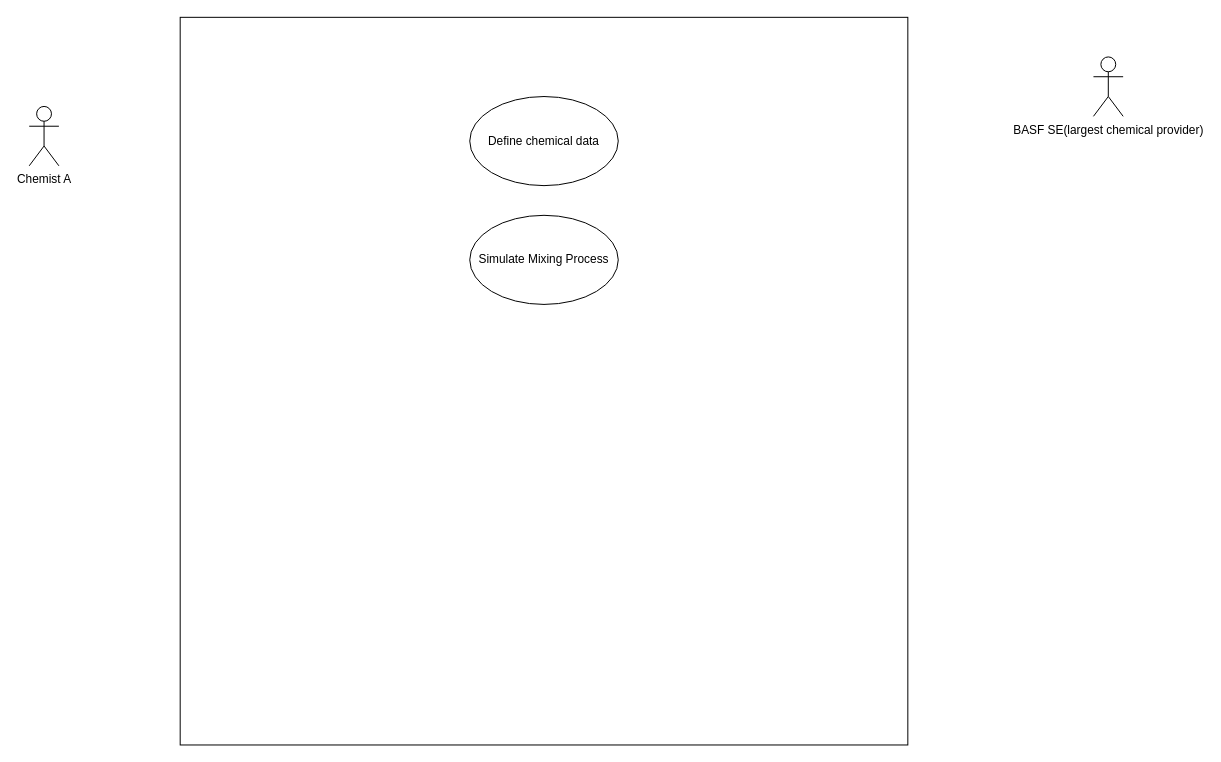
a-l-a-z-a-r/Chemical-Mixing-Data-Synthesis keeps this draw.io diagram as usecase.drawio. Above is the earlier version. Source tidied: cells renumbered, new cells numbered last; positions are measured from the earlier drawing's top-left corner, leaving out a move shared by most shapes. Both pictures are drawn from the tidied source at 99%, with x=0, y=0 at pixel (29, 17).
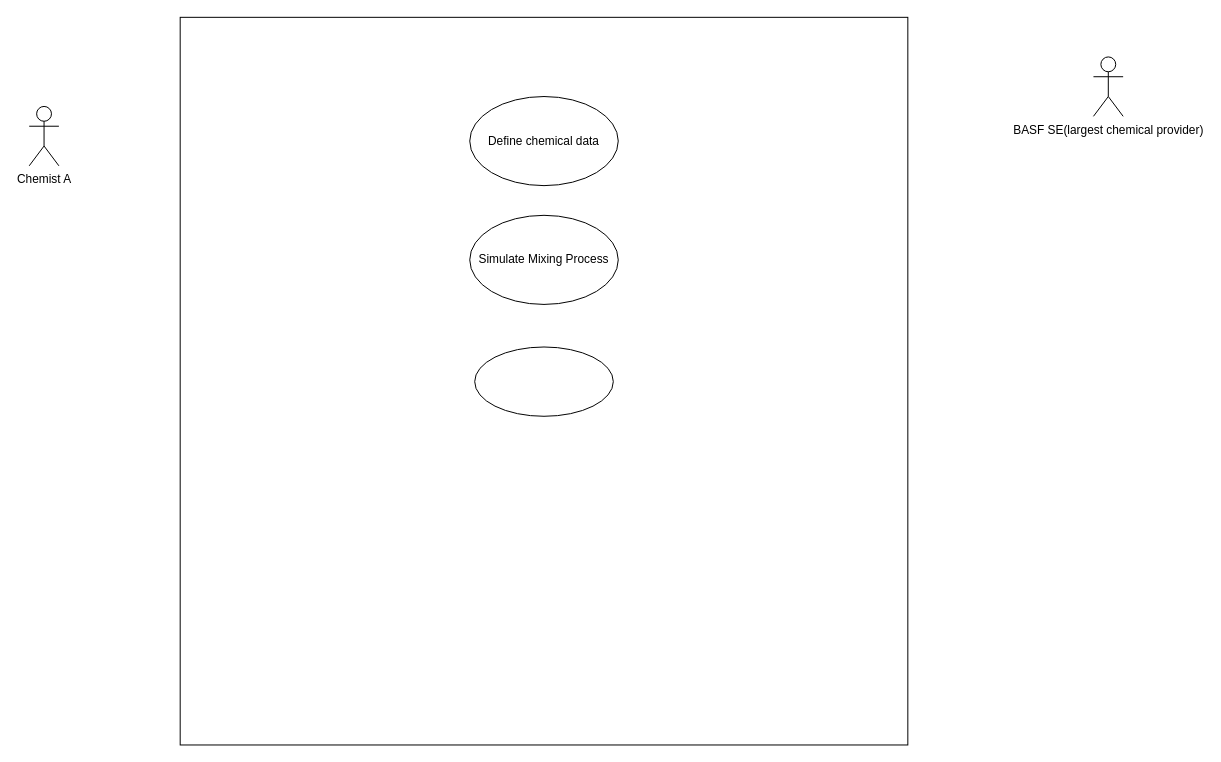
After the change.

Diff of the diagram source:
```diff
@@
 <mxGraphModel>
   <root>
     <mxCell id="0" />
     <mxCell id="1" parent="0" />
     <mxCell id="2" value="Chemist A" style="shape=umlActor;verticalLabelPosition=bottom;verticalAlign=top;html=1;" parent="1" vertex="1">
       <mxGeometry y="90" width="30" height="60" as="geometry" />
     </mxCell>
     <mxCell id="3" style="whiteSpace=wrap;html=1;" parent="1" vertex="1">
       <mxGeometry x="152.5" width="735" height="735" as="geometry" />
     </mxCell>
     <mxCell id="4" value="&lt;div&gt;BASF SE(largest chemical provider)&lt;br&gt;&lt;/div&gt;&lt;div&gt;&lt;br&gt;&lt;/div&gt;" style="shape=umlActor;verticalLabelPosition=bottom;verticalAlign=top;html=1;" parent="1" vertex="1">
       <mxGeometry x="1075" y="40" width="30" height="60" as="geometry" />
     </mxCell>
     <mxCell id="5" value="Define chemical data" style="ellipse;whiteSpace=wrap;html=1;" parent="1" vertex="1">
       <mxGeometry x="445" y="80" width="150" height="90" as="geometry" />
     </mxCell>
     <mxCell id="6" value="Simulate Mixing Process" style="ellipse;whiteSpace=wrap;html=1;" parent="1" vertex="1">
       <mxGeometry x="445" y="200" width="150" height="90" as="geometry" />
     </mxCell>
+    <mxCell id="7" style="ellipse;whiteSpace=wrap;html=1;" parent="1" vertex="1">
+      <mxGeometry x="450" y="333" width="140" height="70" as="geometry" />
+    </mxCell>
   </root>
 </mxGraphModel>
```
